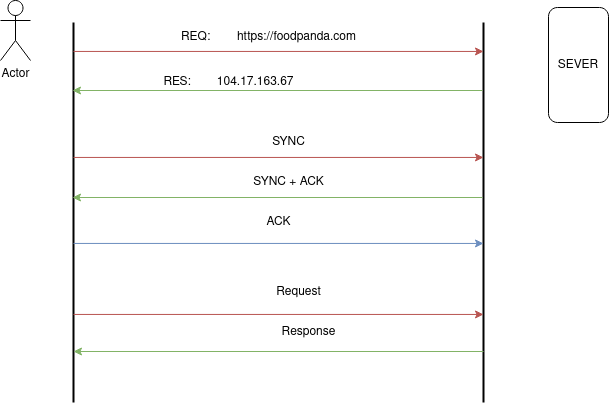
The draw.io diagram Packet Tracing.drawio.png in Masum-Osman/diagrams.io-draws, before a commit. Source tidied: cells renumbered, new cells last; positions are measured from the earlier drawing's top-left corner, leaving out a move shared by most shapes. Its diagram source:
```xml
<mxGraphModel>
  <root>
    <mxCell id="0" />
    <mxCell id="1" parent="0" />
    <mxCell id="2" style="line;strokeWidth=2;direction=south;html=1;" parent="1" vertex="1">
      <mxGeometry x="68" y="22" width="10" height="380" as="geometry" />
    </mxCell>
    <mxCell id="3" style="line;strokeWidth=2;direction=south;html=1;" parent="1" vertex="1">
      <mxGeometry x="478" y="22" width="10" height="380" as="geometry" />
    </mxCell>
    <mxCell id="4" value="Actor" style="shape=umlActor;verticalLabelPosition=bottom;verticalAlign=top;html=1;" parent="1" vertex="1">
      <mxGeometry width="30" height="60" as="geometry" />
    </mxCell>
    <mxCell id="5" value="REQ:&amp;nbsp;&amp;nbsp;&amp;nbsp;&amp;nbsp;&amp;nbsp;&amp;nbsp;&amp;nbsp; https://foodpanda.com" style="text;html=1;align=center;verticalAlign=middle;strokeColor=none;fillColor=none;" parent="1" vertex="1">
      <mxGeometry x="168" y="22" width="200" height="30" as="geometry" />
    </mxCell>
    <mxCell id="6" style="endArrow=classic;html=1;rounded=0;exitX=0.441;exitY=0.5;exitDx=0;exitDy=0;exitPerimeter=0;entryX=0.441;entryY=0.5;entryDx=0;entryDy=0;entryPerimeter=0;fillColor=#f8cecc;strokeColor=#b85450;" parent="1" edge="1">
      <mxGeometry relative="1" as="geometry">
        <mxPoint x="73" y="50.9" as="sourcePoint" />
        <mxPoint x="483" y="50.9" as="targetPoint" />
      </mxGeometry>
    </mxCell>
    <mxCell id="7" style="endArrow=classic;html=1;rounded=0;exitX=0.441;exitY=0.5;exitDx=0;exitDy=0;exitPerimeter=0;entryX=0.441;entryY=0.5;entryDx=0;entryDy=0;entryPerimeter=0;fillColor=#f8cecc;strokeColor=#b85450;" parent="1" edge="1">
      <mxGeometry relative="1" as="geometry">
        <mxPoint x="73" y="156.9" as="sourcePoint" />
        <mxPoint x="483" y="156.9" as="targetPoint" />
      </mxGeometry>
    </mxCell>
    <mxCell id="8" style="endArrow=classic;html=1;rounded=0;exitX=0.441;exitY=0.5;exitDx=0;exitDy=0;exitPerimeter=0;entryX=0.441;entryY=0.5;entryDx=0;entryDy=0;entryPerimeter=0;fillColor=#dae8fc;strokeColor=#6c8ebf;" parent="1" edge="1">
      <mxGeometry relative="1" as="geometry">
        <mxPoint x="73" y="242.9" as="sourcePoint" />
        <mxPoint x="483" y="242.9" as="targetPoint" />
      </mxGeometry>
    </mxCell>
    <mxCell id="9" style="endArrow=classic;html=1;rounded=0;exitX=0.441;exitY=0.5;exitDx=0;exitDy=0;exitPerimeter=0;entryX=0.441;entryY=0.5;entryDx=0;entryDy=0;entryPerimeter=0;fillColor=#f8cecc;strokeColor=#b85450;" parent="1" edge="1">
      <mxGeometry relative="1" as="geometry">
        <mxPoint x="73" y="313.9" as="sourcePoint" />
        <mxPoint x="483" y="313.9" as="targetPoint" />
      </mxGeometry>
    </mxCell>
    <mxCell id="10" style="endArrow=classic;html=1;rounded=0;exitX=0.441;exitY=0.5;exitDx=0;exitDy=0;exitPerimeter=0;entryX=0.441;entryY=0.5;entryDx=0;entryDy=0;entryPerimeter=0;fillColor=#d5e8d4;strokeColor=#82b366;" parent="1" edge="1">
      <mxGeometry relative="1" as="geometry">
        <mxPoint x="482" y="90" as="sourcePoint" />
        <mxPoint x="72" y="90" as="targetPoint" />
      </mxGeometry>
    </mxCell>
    <mxCell id="11" value="RES:&lt;span style=&quot;white-space: pre;&quot;&gt;&#9;&lt;/span&gt;104.17.163.67" style="text;html=1;align=center;verticalAlign=middle;strokeColor=none;fillColor=none;" parent="1" vertex="1">
      <mxGeometry x="153" y="67" width="150" height="30" as="geometry" />
    </mxCell>
    <mxCell id="12" style="endArrow=classic;html=1;rounded=0;exitX=0.441;exitY=0.5;exitDx=0;exitDy=0;exitPerimeter=0;entryX=0.441;entryY=0.5;entryDx=0;entryDy=0;entryPerimeter=0;fillColor=#d5e8d4;strokeColor=#82b366;" parent="1" edge="1">
      <mxGeometry relative="1" as="geometry">
        <mxPoint x="482" y="197" as="sourcePoint" />
        <mxPoint x="72" y="197" as="targetPoint" />
      </mxGeometry>
    </mxCell>
    <mxCell id="13" value="SYNC" style="text;html=1;align=center;verticalAlign=middle;strokeColor=none;fillColor=none;" parent="1" vertex="1">
      <mxGeometry x="258" y="127" width="60" height="30" as="geometry" />
    </mxCell>
    <mxCell id="14" value="SYNC + ACK" style="text;html=1;align=center;verticalAlign=middle;strokeColor=none;fillColor=none;" parent="1" vertex="1">
      <mxGeometry x="243" y="167" width="90" height="30" as="geometry" />
    </mxCell>
    <mxCell id="15" value="ACK" style="text;html=1;align=center;verticalAlign=middle;strokeColor=none;fillColor=none;" parent="1" vertex="1">
      <mxGeometry x="253" y="207" width="50" height="30" as="geometry" />
    </mxCell>
    <mxCell id="16" value="Request" style="text;html=1;align=center;verticalAlign=middle;strokeColor=none;fillColor=none;" parent="1" vertex="1">
      <mxGeometry x="263" y="277" width="70" height="30" as="geometry" />
    </mxCell>
    <mxCell id="17" style="endArrow=classic;html=1;rounded=0;exitX=0.441;exitY=0.5;exitDx=0;exitDy=0;exitPerimeter=0;entryX=0.441;entryY=0.5;entryDx=0;entryDy=0;entryPerimeter=0;fillColor=#d5e8d4;strokeColor=#82b366;" parent="1" edge="1">
      <mxGeometry relative="1" as="geometry">
        <mxPoint x="483" y="351" as="sourcePoint" />
        <mxPoint x="73" y="351" as="targetPoint" />
      </mxGeometry>
    </mxCell>
    <mxCell id="18" value="Response" style="text;html=1;align=center;verticalAlign=middle;strokeColor=none;fillColor=none;" parent="1" vertex="1">
      <mxGeometry x="268" y="317" width="80" height="30" as="geometry" />
    </mxCell>
    <mxCell id="19" value="SEVER" style="rounded=1;whiteSpace=wrap;html=1;" parent="1" vertex="1">
      <mxGeometry x="548" y="7" width="60" height="115" as="geometry" />
    </mxCell>
  </root>
</mxGraphModel>
```
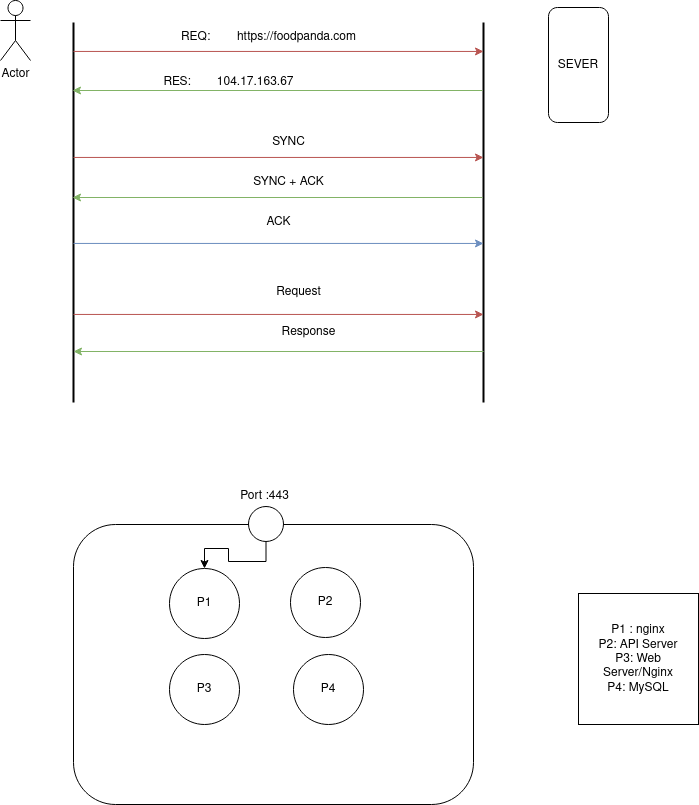
After the commit.

What changed in the source:
```diff
@@ -77,5 +77,32 @@
     <mxCell id="19" value="SEVER" style="rounded=1;whiteSpace=wrap;html=1;" parent="1" vertex="1">
       <mxGeometry x="548" y="7" width="60" height="115" as="geometry" />
     </mxCell>
+    <mxCell id="20" style="rounded=1;whiteSpace=wrap;html=1;" parent="1" vertex="1">
+      <mxGeometry x="73" y="524" width="400" height="280" as="geometry" />
+    </mxCell>
+    <mxCell id="21" value="P1" style="ellipse;whiteSpace=wrap;html=1;" parent="1" vertex="1">
+      <mxGeometry x="169" y="568" width="70" height="70" as="geometry" />
+    </mxCell>
+    <mxCell id="22" value="P2" style="ellipse;whiteSpace=wrap;html=1;" parent="1" vertex="1">
+      <mxGeometry x="290" y="567" width="70" height="70" as="geometry" />
+    </mxCell>
+    <mxCell id="23" value="P3" style="ellipse;whiteSpace=wrap;html=1;" parent="1" vertex="1">
+      <mxGeometry x="169" y="654" width="70" height="70" as="geometry" />
+    </mxCell>
+    <mxCell id="24" value="P4" style="ellipse;whiteSpace=wrap;html=1;" parent="1" vertex="1">
+      <mxGeometry x="293" y="654" width="70" height="70" as="geometry" />
+    </mxCell>
+    <mxCell id="25" style="edgeStyle=orthogonalEdgeStyle;rounded=0;jettySize=auto;html=1;exitX=0.5;exitY=1;exitDx=0;exitDy=0;" parent="1" edge="1" source="26" target="21">
+      <mxGeometry relative="1" as="geometry" />
+    </mxCell>
+    <mxCell id="26" style="ellipse;whiteSpace=wrap;html=1;" parent="1" vertex="1">
+      <mxGeometry x="248" y="506" width="35" height="35" as="geometry" />
+    </mxCell>
+    <mxCell id="27" value="Port :443" style="text;html=1;align=center;verticalAlign=middle;strokeColor=none;fillColor=none;" parent="1" vertex="1">
+      <mxGeometry x="229" y="481" width="70" height="30" as="geometry" />
+    </mxCell>
+    <mxCell id="28" value="&lt;div&gt;P1 : nginx&lt;/div&gt;&lt;div&gt;P2: API Server&lt;br&gt;P3: Web Server/Nginx&lt;/div&gt;&lt;div&gt;P4: MySQL &lt;br&gt; &lt;/div&gt;" style="whiteSpace=wrap;html=1;" parent="1" vertex="1">
+      <mxGeometry x="578" y="593" width="120" height="131" as="geometry" />
+    </mxCell>
   </root>
 </mxGraphModel>
```
